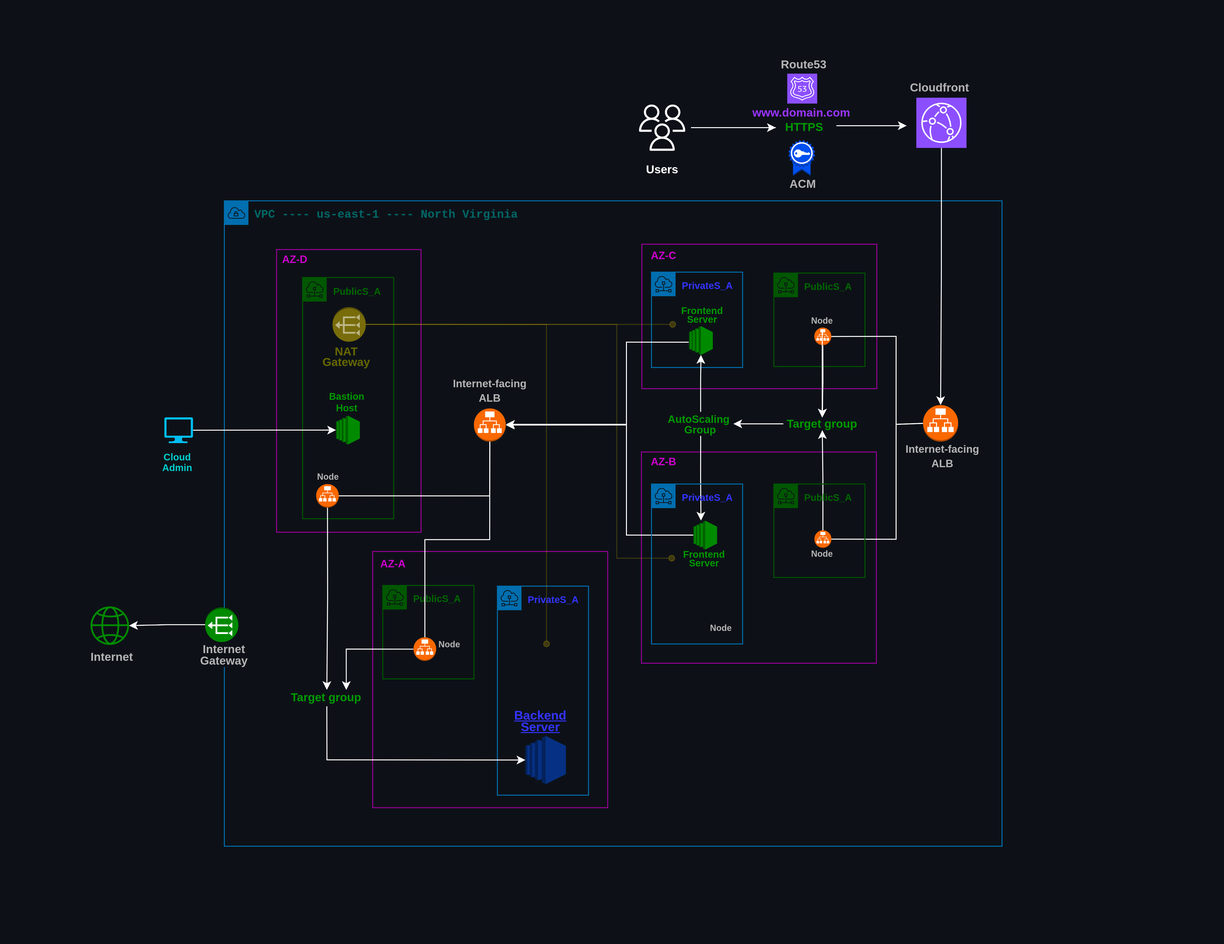
Before: deployend/documentation/images/recall.png, a diagram exported from draw.io (segundavid-dev/recall). Source tidied: cells renumbered, new cells last; positions are measured from the earlier drawing's top-left corner, leaving out a move shared by most shapes.
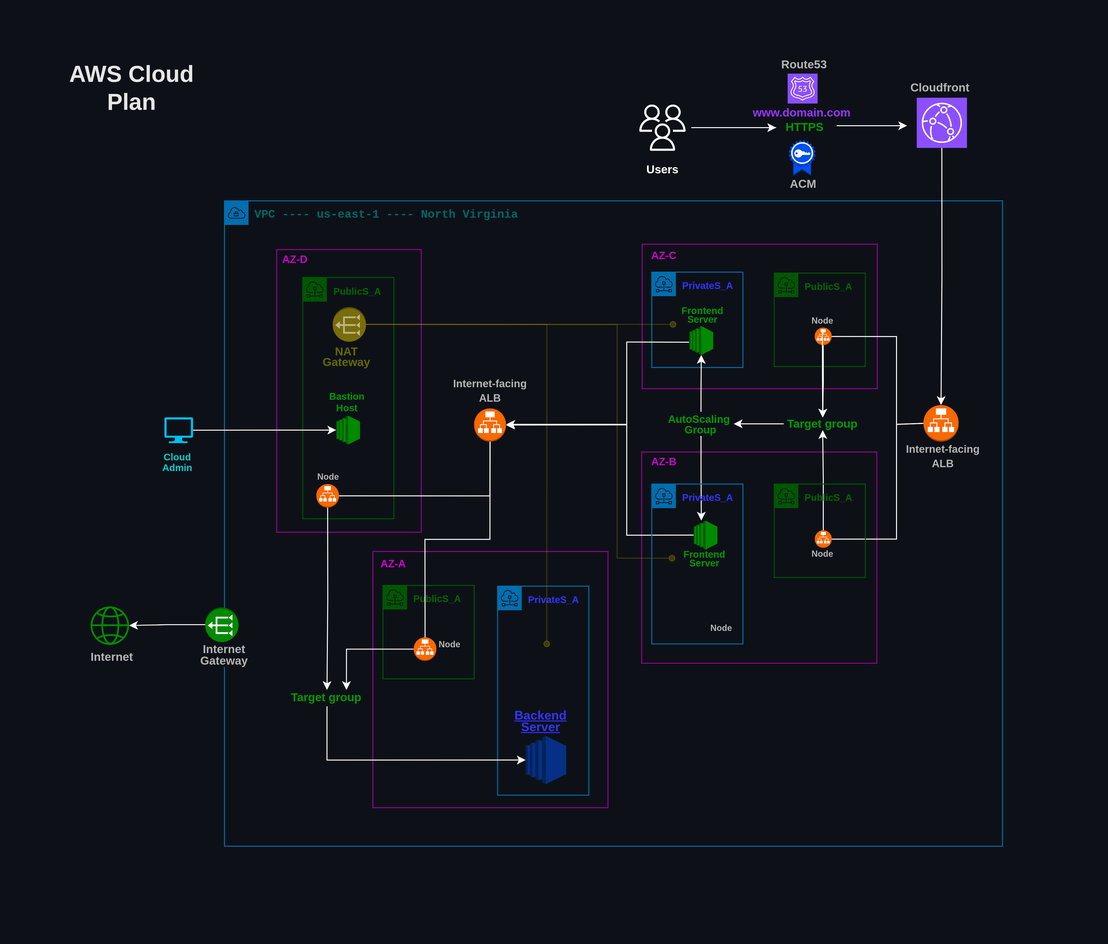
Above is the later version.

The edit, as a diff of the source:
```diff
@@ -3,7 +3,7 @@
     <mxCell id="0" />
     <mxCell id="1" parent="0" />
     <mxCell id="2" style="rounded=0;whiteSpace=wrap;html=1;fillColor=light-dark(#FFFFFF,#0D1117);strokeColor=none;" parent="1" vertex="1">
-      <mxGeometry y="-0.2" width="1270" height="980" as="geometry" />
+      <mxGeometry y="-0.2" width="1150" height="980" as="geometry" />
     </mxCell>
     <mxCell id="3" value="&lt;font style=&quot;color: rgb(0, 102, 102);&quot; face=&quot;Courier New&quot;&gt;&lt;b style=&quot;&quot;&gt;VPC ---- us-east-1 ---- North Virginia&lt;/b&gt;&lt;/font&gt;" style="sketch=0;html=1;whiteSpace=wrap;fontSize=12;fontStyle=0;shape=mxgraph.aws4.group;grIcon=mxgraph.aws4.group_vpc;strokeColor=#006EAF;fillColor=none;verticalAlign=top;align=left;spacingLeft=30;fontColor=#ffffff;dashed=0;" parent="1" vertex="1">
       <mxGeometry x="232.5" y="208" width="807.5" height="670" as="geometry" />
@@ -287,5 +287,8 @@
     <mxCell id="83" value="&lt;b&gt;&lt;font style=&quot;font-size: 9px;&quot;&gt;Node&lt;/font&gt;&lt;/b&gt;" style="text;html=1;whiteSpace=wrap;strokeColor=none;fillColor=none;align=center;verticalAlign=middle;rounded=0;fontColor=#B3B3B3;" parent="1" vertex="1">
       <mxGeometry x="319.5" y="483.2" width="40.9" height="21.1" as="geometry" />
     </mxCell>
+    <mxCell id="84" value="&lt;font style=&quot;font-size: 24px; color: rgb(230, 230, 230);&quot;&gt;&lt;b style=&quot;&quot;&gt;AWS Cloud Plan&lt;/b&gt;&lt;/font&gt;" style="text;html=1;whiteSpace=wrap;strokeColor=none;fillColor=none;align=center;verticalAlign=middle;rounded=0;fontColor=#ffffff;" parent="1" vertex="1">
+      <mxGeometry x="50" y="51.5" width="173" height="80" as="geometry" />
+    </mxCell>
   </root>
 </mxGraphModel>
```
